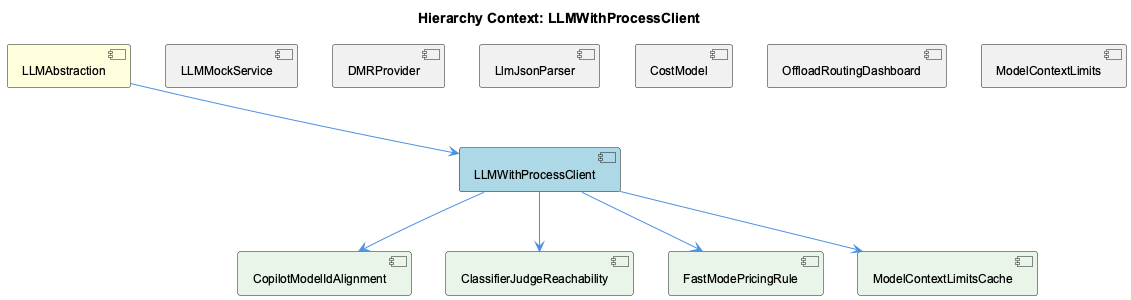
Before: knowledge-management/insights/images/llmwith-process-client-relationship.png, a diagram exported from PlantUML (fwornle/coding).
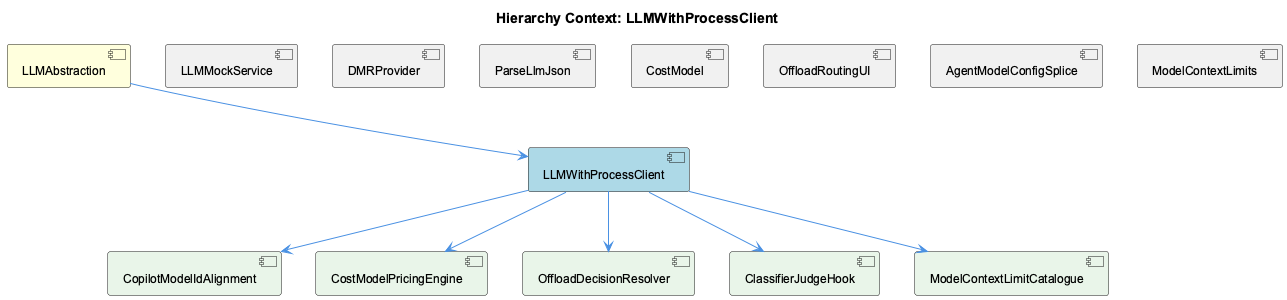
After the commit.

The edit, as a diff of the source:
```diff
@@ -7,27 +7,29 @@
 [LLMWithProcessClient] as llmwith_process_client #LightBlue
 [LLMMockService] as llmmock_service #F0F0F0
 [DMRProvider] as dmrprovider #F0F0F0
-[LlmJsonParser] as llm_json_parser #F0F0F0
-[CopilotModelIdAlignment] as copilot_model_id_alignment #F0F0F0
+[ParseLlmJson] as parse_llm_json #F0F0F0
 [CostModel] as cost_model #F0F0F0
-[OffloadRoutingDashboard] as offload_routing_dashboard #F0F0F0
+[OffloadRoutingUI] as offload_routing_ui #F0F0F0
+[AgentModelConfigSplice] as agent_model_config_splice #F0F0F0
 [ModelContextLimits] as model_context_limits #F0F0F0
 [CopilotModelIdAlignment] as copilot_model_id_alignment #E8F5E8
-[ClassifierJudgeReachability] as classifier_judge_reachability #E8F5E8
-[FastModePricingRule] as fast_mode_pricing_rule #E8F5E8
-[ModelContextLimitsCache] as model_context_limits_cache #E8F5E8
+[CostModelPricingEngine] as cost_model_pricing_engine #E8F5E8
+[OffloadDecisionResolver] as offload_decision_resolver #E8F5E8
+[ClassifierJudgeHook] as classifier_judge_hook #E8F5E8
+[ModelContextLimitCatalogue] as model_context_limit_catalogue #E8F5E8
 
 llmabstraction --> llmwith_process_client
 llmmock_service -[hidden]- llmwith_process_client
 dmrprovider -[hidden]- llmwith_process_client
-llm_json_parser -[hidden]- llmwith_process_client
-copilot_model_id_alignment -[hidden]- llmwith_process_client
+parse_llm_json -[hidden]- llmwith_process_client
 cost_model -[hidden]- llmwith_process_client
-offload_routing_dashboard -[hidden]- llmwith_process_client
+offload_routing_ui -[hidden]- llmwith_process_client
+agent_model_config_splice -[hidden]- llmwith_process_client
 model_context_limits -[hidden]- llmwith_process_client
 llmwith_process_client --> copilot_model_id_alignment
-llmwith_process_client --> classifier_judge_reachability
-llmwith_process_client --> fast_mode_pricing_rule
-llmwith_process_client --> model_context_limits_cache
+llmwith_process_client --> cost_model_pricing_engine
+llmwith_process_client --> offload_decision_resolver
+llmwith_process_client --> classifier_judge_hook
+llmwith_process_client --> model_context_limit_catalogue
 
 @enduml
```
